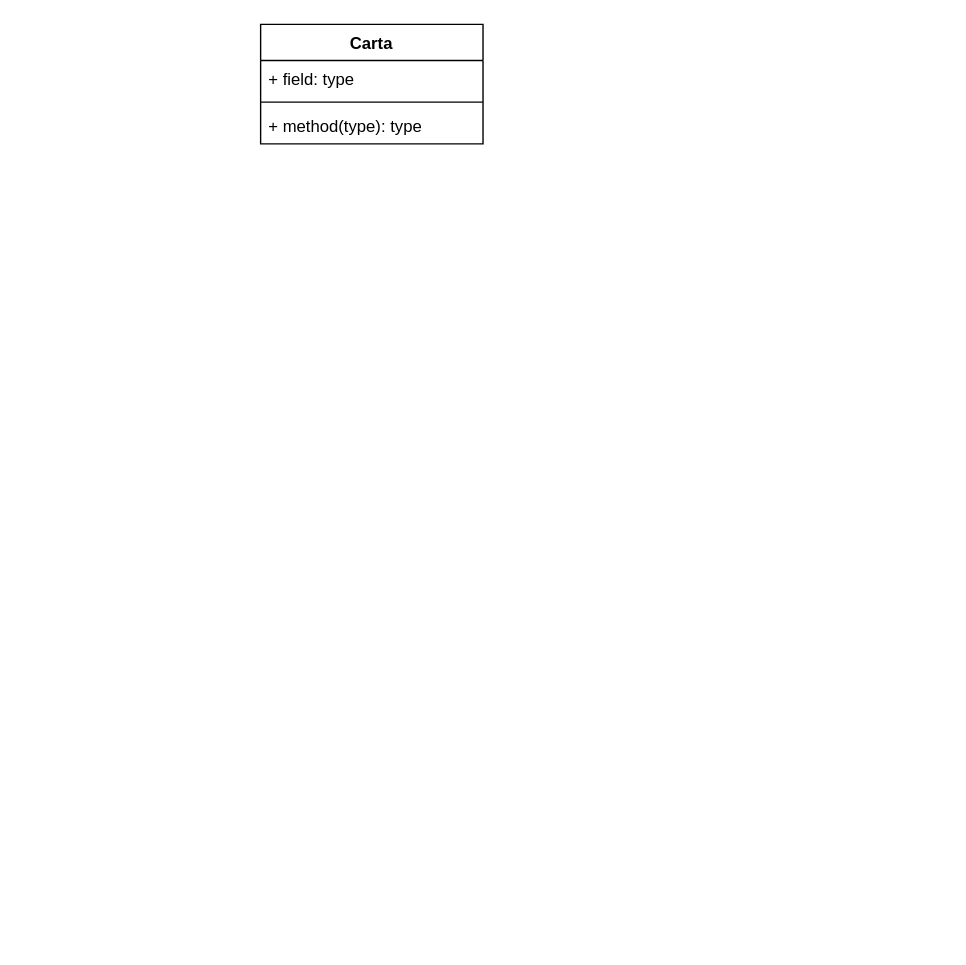
This is Diagramma senza titolo.drawio from MaximilianMangosi/ing-sw-2024-Mangosi-Laguardia-Lapi-Mattina, a draw.io file, before an edit. Source tidied: cells renumbered, new cells numbered last; positions are measured from the earlier drawing's top-left corner, leaving out a move shared by most shapes. Both pictures are drawn from the tidied source at 139%, with x=0, y=0 at pixel (260, 24).
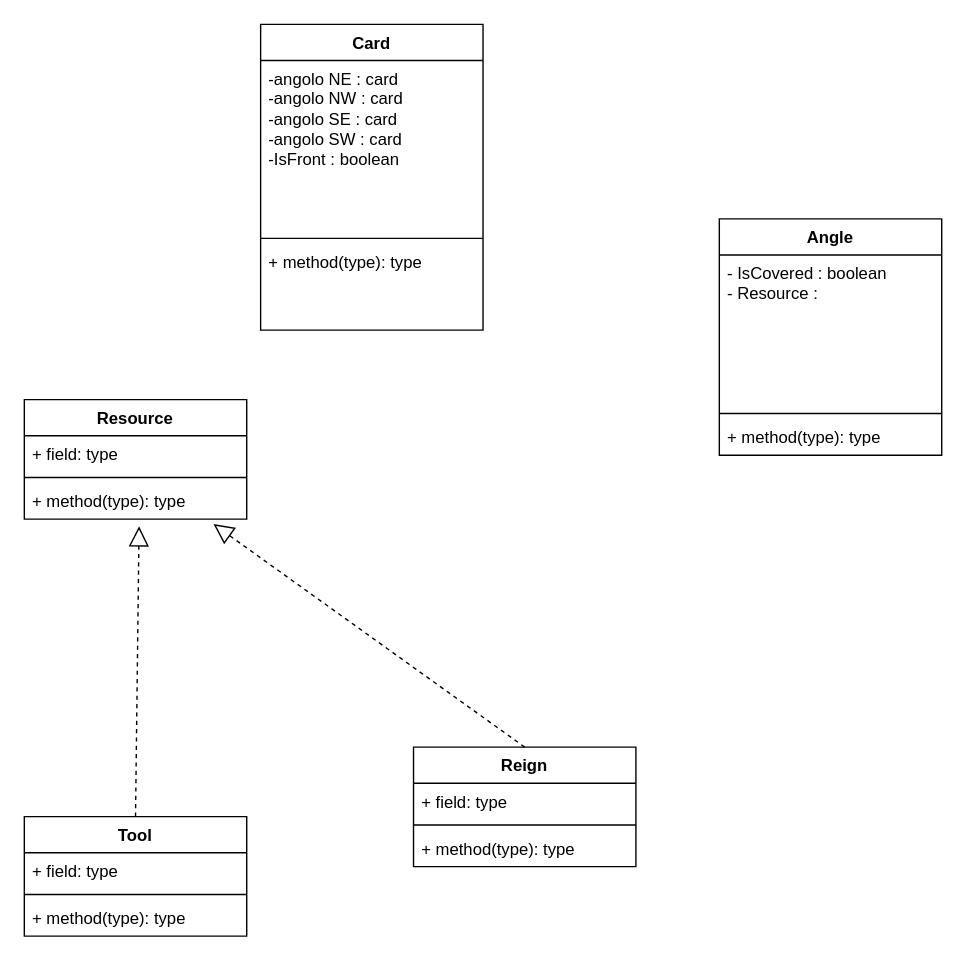
The same page after the edit.

Commit message:
Card and tools

Change to the diagram source:
```diff
@@
-    <mxCell id="2" value="Carta" style="swimlane;fontStyle=1;align=center;verticalAlign=top;horizontal=1;startSize=26;whiteSpace=wrap;html=1;" parent="1" vertex="1">
-      <mxGeometry width="160" height="86" as="geometry" />
+    <mxCell id="2" value="Card" style="swimlane;fontStyle=1;align=center;verticalAlign=top;horizontal=1;startSize=26;whiteSpace=wrap;html=1;" parent="1" vertex="1">
+      <mxGeometry width="160" height="220" as="geometry" />
     </mxCell>
-    <mxCell id="3" value="+ field: type" style="text;strokeColor=none;fillColor=none;align=left;verticalAlign=top;spacingLeft=4;spacingRight=4;overflow=hidden;whiteSpace=wrap;html=1;" parent="2" vertex="1">
-      <mxGeometry y="26" width="160" height="26" as="geometry" />
+    <mxCell id="3" value="-angolo NE : card&lt;div&gt;-angolo NW : card&lt;/div&gt;&lt;div&gt;-angolo SE : card&lt;/div&gt;&lt;div&gt;-angolo SW : card&lt;/div&gt;&lt;div&gt;-IsFront : boolean&lt;/div&gt;" style="text;strokeColor=none;fillColor=none;align=left;verticalAlign=top;spacingLeft=4;spacingRight=4;overflow=hidden;whiteSpace=wrap;html=1;" parent="2" vertex="1">
+      <mxGeometry y="26" width="160" height="124" as="geometry" />
     </mxCell>
     <mxCell id="4" style="line;strokeWidth=1;fillColor=none;align=left;verticalAlign=middle;spacingTop=-1;spacingLeft=3;spacingRight=3;labelPosition=right;strokeColor=inherit;" parent="2" vertex="1">
-      <mxGeometry y="52" width="160" height="8" as="geometry" />
+      <mxGeometry y="150" width="160" height="8" as="geometry" />
     </mxCell>
     <mxCell id="5" value="+ method(type): type" style="text;strokeColor=none;fillColor=none;align=left;verticalAlign=top;spacingLeft=4;spacingRight=4;overflow=hidden;whiteSpace=wrap;html=1;" parent="2" vertex="1">
-      <mxGeometry y="60" width="160" height="26" as="geometry" />
+      <mxGeometry y="158" width="160" height="62" as="geometry" />
     </mxCell>
+    <mxCell id="6" value="Angle" style="swimlane;fontStyle=1;align=center;verticalAlign=top;horizontal=1;startSize=26;whiteSpace=wrap;html=1;" parent="1" vertex="1">
+      <mxGeometry x="330" y="140" width="160" height="170" as="geometry" />
+    </mxCell>
+    <mxCell id="7" value="&lt;div&gt;- IsCovered : boolean&lt;/div&gt;&lt;div&gt;- Resource :&amp;nbsp;&lt;/div&gt;" style="text;strokeColor=none;fillColor=none;align=left;verticalAlign=top;spacingLeft=4;spacingRight=4;overflow=hidden;whiteSpace=wrap;html=1;" parent="6" vertex="1">
+      <mxGeometry y="26" width="160" height="110" as="geometry" />
+    </mxCell>
+    <mxCell id="8" style="line;strokeWidth=1;fillColor=none;align=left;verticalAlign=middle;spacingTop=-1;spacingLeft=3;spacingRight=3;labelPosition=right;strokeColor=inherit;" parent="6" vertex="1">
+      <mxGeometry y="136" width="160" height="8" as="geometry" />
+    </mxCell>
+    <mxCell id="9" value="+ method(type): type" style="text;strokeColor=none;fillColor=none;align=left;verticalAlign=top;spacingLeft=4;spacingRight=4;overflow=hidden;whiteSpace=wrap;html=1;" parent="6" vertex="1">
+      <mxGeometry y="144" width="160" height="26" as="geometry" />
+    </mxCell>
+    <mxCell id="10" value="Resource" style="swimlane;fontStyle=1;align=center;verticalAlign=top;horizontal=1;startSize=26;whiteSpace=wrap;html=1;" parent="1" vertex="1">
+      <mxGeometry x="-170" y="270" width="160" height="86" as="geometry" />
+    </mxCell>
+    <mxCell id="11" value="+ field: type" style="text;strokeColor=none;fillColor=none;align=left;verticalAlign=top;spacingLeft=4;spacingRight=4;overflow=hidden;whiteSpace=wrap;html=1;" parent="10" vertex="1">
+      <mxGeometry y="26" width="160" height="26" as="geometry" />
+    </mxCell>
+    <mxCell id="12" style="line;strokeWidth=1;fillColor=none;align=left;verticalAlign=middle;spacingTop=-1;spacingLeft=3;spacingRight=3;labelPosition=right;strokeColor=inherit;" parent="10" vertex="1">
+      <mxGeometry y="52" width="160" height="8" as="geometry" />
+    </mxCell>
+    <mxCell id="13" value="+ method(type): type" style="text;strokeColor=none;fillColor=none;align=left;verticalAlign=top;spacingLeft=4;spacingRight=4;overflow=hidden;points=[[0,0.5],[1,0.5]];portConstraint=eastwest;whiteSpace=wrap;html=1;" parent="10" vertex="1">
+      <mxGeometry y="60" width="160" height="26" as="geometry" />
+    </mxCell>
+    <mxCell id="14" value="Tool" style="swimlane;fontStyle=1;align=center;verticalAlign=top;horizontal=1;startSize=26;whiteSpace=wrap;html=1;" parent="1" vertex="1">
+      <mxGeometry x="-170" y="570" width="160" height="86" as="geometry" />
+    </mxCell>
+    <mxCell id="15" value="+ field: type" style="text;strokeColor=none;fillColor=none;align=left;verticalAlign=top;spacingLeft=4;spacingRight=4;overflow=hidden;whiteSpace=wrap;html=1;" parent="14" vertex="1">
+      <mxGeometry y="26" width="160" height="26" as="geometry" />
+    </mxCell>
+    <mxCell id="16" style="line;strokeWidth=1;fillColor=none;align=left;verticalAlign=middle;spacingTop=-1;spacingLeft=3;spacingRight=3;labelPosition=right;strokeColor=inherit;" parent="14" vertex="1">
+      <mxGeometry y="52" width="160" height="8" as="geometry" />
+    </mxCell>
+    <mxCell id="17" value="+ method(type): type" style="text;strokeColor=none;fillColor=none;align=left;verticalAlign=top;spacingLeft=4;spacingRight=4;overflow=hidden;whiteSpace=wrap;html=1;" parent="14" vertex="1">
+      <mxGeometry y="60" width="160" height="26" as="geometry" />
+    </mxCell>
+    <mxCell id="18" style="endArrow=block;dashed=1;endFill=0;endSize=12;html=1;rounded=0;entryX=0.516;entryY=1.197;entryDx=0;entryDy=0;entryPerimeter=0;exitX=0.5;exitY=0;exitDx=0;exitDy=0;" parent="1" edge="1" source="14" target="13">
+      <mxGeometry relative="1" as="geometry" />
+    </mxCell>
+    <mxCell id="19" value="Reign" style="swimlane;fontStyle=1;align=center;verticalAlign=top;horizontal=1;startSize=26;whiteSpace=wrap;html=1;" parent="1" vertex="1">
+      <mxGeometry x="110" y="520" width="160" height="86" as="geometry" />
+    </mxCell>
+    <mxCell id="20" value="+ field: type" style="text;strokeColor=none;fillColor=none;align=left;verticalAlign=top;spacingLeft=4;spacingRight=4;overflow=hidden;whiteSpace=wrap;html=1;" parent="19" vertex="1">
+      <mxGeometry y="26" width="160" height="26" as="geometry" />
+    </mxCell>
+    <mxCell id="21" style="line;strokeWidth=1;fillColor=none;align=left;verticalAlign=middle;spacingTop=-1;spacingLeft=3;spacingRight=3;labelPosition=right;strokeColor=inherit;" parent="19" vertex="1">
+      <mxGeometry y="52" width="160" height="8" as="geometry" />
+    </mxCell>
+    <mxCell id="22" value="+ method(type): type" style="text;strokeColor=none;fillColor=none;align=left;verticalAlign=top;spacingLeft=4;spacingRight=4;overflow=hidden;whiteSpace=wrap;html=1;" parent="19" vertex="1">
+      <mxGeometry y="60" width="160" height="26" as="geometry" />
+    </mxCell>
+    <mxCell id="23" style="endArrow=block;dashed=1;endFill=0;endSize=12;html=1;rounded=0;exitX=0.5;exitY=0;exitDx=0;exitDy=0;entryX=0.851;entryY=1.138;entryDx=0;entryDy=0;entryPerimeter=0;" parent="1" edge="1" source="19" target="13">
+      <mxGeometry relative="1" as="geometry" />
+    </mxCell>
```
